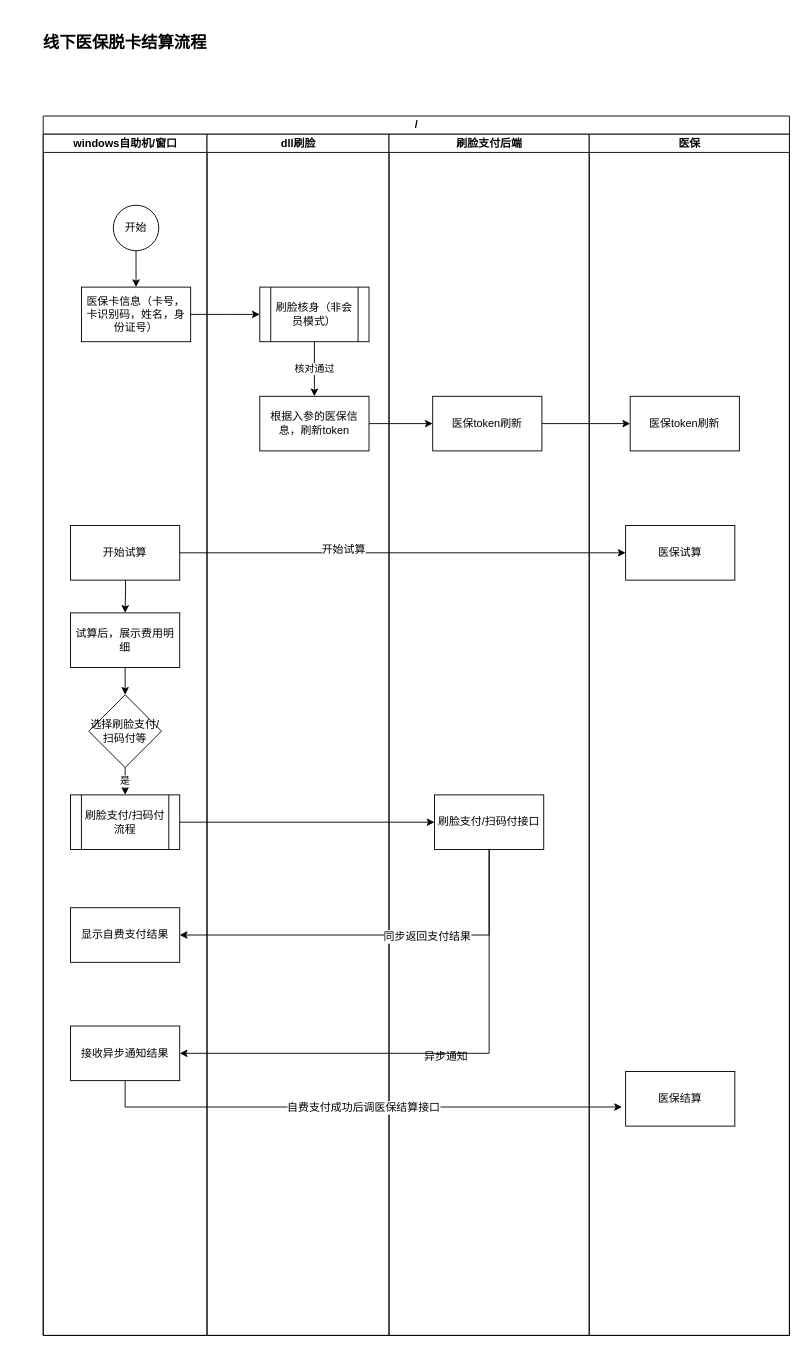
Above: 线下医保脱卡结算流程.drawio in zhangwenhuad/visio (draw.io), before the change. Source tidied: cells renumbered, new cells numbered last; positions are measured from the earlier drawing's top-left corner, leaving out a move shared by most shapes. Both pictures are drawn from the tidied source at 91%, with x=0, y=0 at pixel (15, 15).
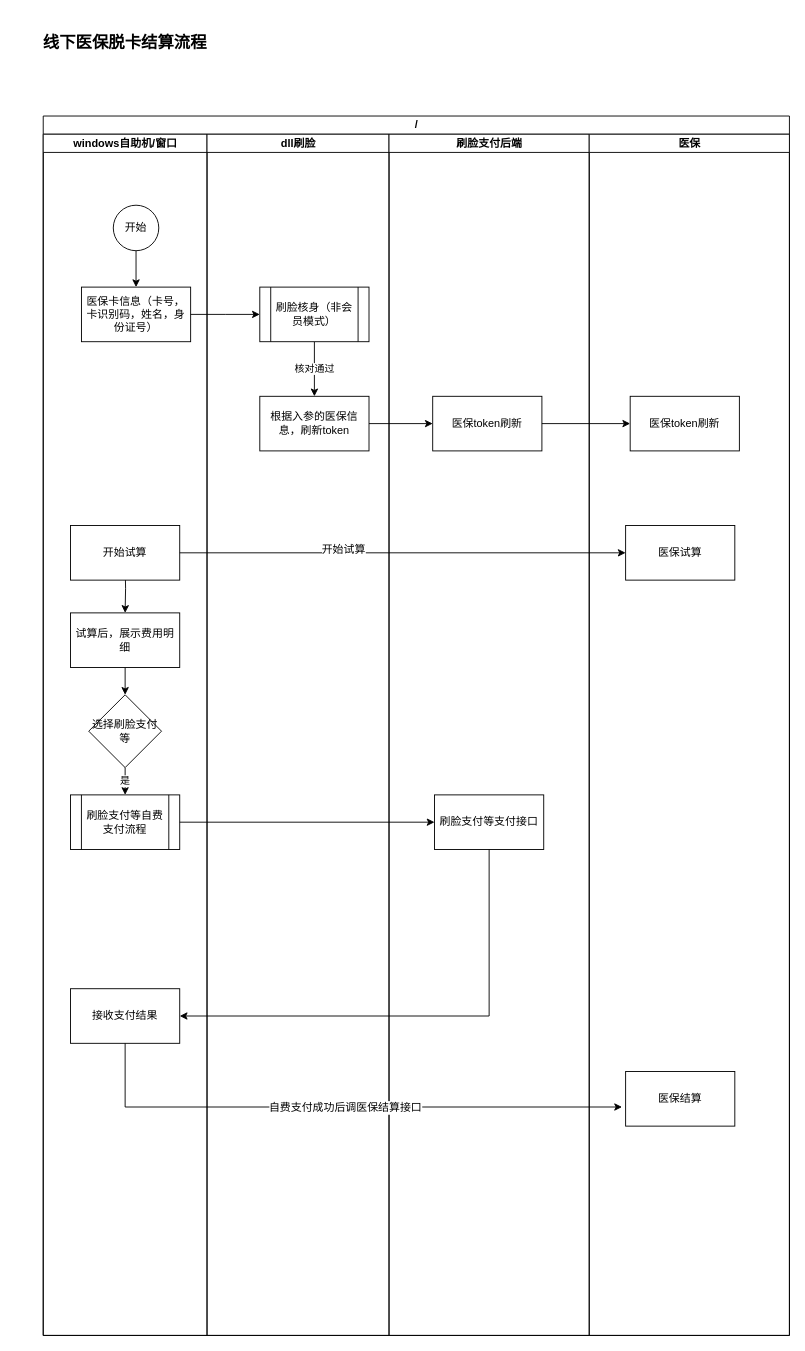
The same diagram, later.

Commit message:
更新线下医保脱卡结算流程.drawio

Unchanged cells that the change refers to:
```xml
<mxCell id="3" value="/" style="swimlane;html=1;startSize=20;" parent="1" vertex="1">
  <mxGeometry x="30" y="110" width="820" height="1340" as="geometry" />
</mxCell>
<mxCell id="4" value="windows自助机/窗口" style="swimlane;html=1;startSize=20;" parent="3" vertex="1">
  <mxGeometry y="20" width="180" height="1320" as="geometry" />
</mxCell>
<mxCell id="16" value="刷脸支付后端" style="swimlane;html=1;startSize=20;" parent="3" vertex="1">
  <mxGeometry x="380" y="20" width="220" height="1320" as="geometry" />
</mxCell>
<mxCell id="25" value="医保结算" style="rounded=0;whiteSpace=wrap;html=1;" parent="24" vertex="1">
  <mxGeometry x="40" y="1030" width="120" height="60" as="geometry" />
</mxCell>
```

Change to the diagram source:
```diff
@@
-    <mxCell id="10" value="选择刷脸支付/扫码付等" style="rhombus;whiteSpace=wrap;html=1;" parent="4" vertex="1">
+    <mxCell id="10" value="选择刷脸支付等" style="rhombus;whiteSpace=wrap;html=1;" parent="4" vertex="1">
       <mxGeometry x="50" y="616" width="80" height="80" as="geometry" />
     </mxCell>
-    <mxCell id="11" value="刷脸支付/扫码付流程" style="shape=process;whiteSpace=wrap;html=1;backgroundOutline=1;" parent="4" vertex="1">
+    <mxCell id="11" value="刷脸支付等自费支付流程" style="shape=process;whiteSpace=wrap;html=1;backgroundOutline=1;" parent="4" vertex="1">
       <mxGeometry x="30" y="726" width="120" height="60" as="geometry" />
     </mxCell>
-    <mxCell id="12" value="显示自费支付结果" style="rounded=0;whiteSpace=wrap;html=1;" parent="4" vertex="1">
-      <mxGeometry x="30" y="850" width="120" height="60" as="geometry" />
-    </mxCell>
@@
-    <mxCell id="14" value="接收异步通知结果" style="rounded=0;whiteSpace=wrap;html=1;" parent="4" vertex="1">
-      <mxGeometry x="30" y="980" width="120" height="60" as="geometry" />
+    <mxCell id="14" value="接收支付结果" style="rounded=0;whiteSpace=wrap;html=1;" parent="4" vertex="1">
+      <mxGeometry x="30" y="939" width="120" height="60" as="geometry" />
     </mxCell>
@@
-    <mxCell id="17" value="刷脸支付/扫码付接口" style="rounded=0;whiteSpace=wrap;html=1;" parent="16" vertex="1">
+    <mxCell id="17" value="刷脸支付等支付接口" style="rounded=0;whiteSpace=wrap;html=1;" parent="16" vertex="1">
       <mxGeometry x="50" y="726" width="120" height="60" as="geometry" />
     </mxCell>
@@
-    <mxCell id="19" style="edgeStyle=orthogonalEdgeStyle;rounded=0;jettySize=auto;html=1;exitX=0.5;exitY=1;exitDx=0;exitDy=0;entryX=1;entryY=0.5;entryDx=0;entryDy=0;" parent="3" edge="1" source="17" target="12">
-      <mxGeometry relative="1" as="geometry" />
-    </mxCell>
-    <mxCell id="20" value="同步返回支付结果" style="text;html=1;align=center;verticalAlign=middle;labelBackgroundColor=#ffffff;" parent="19" vertex="1">
-      <mxGeometry x="-0.25" y="1" relative="1" as="geometry" />
-    </mxCell>
-    <mxCell id="21" style="edgeStyle=orthogonalEdgeStyle;rounded=0;jettySize=auto;html=1;entryX=-0.033;entryY=0.65;entryDx=0;entryDy=0;entryPerimeter=0;" parent="3" edge="1" target="25">
+    <mxCell id="21" style="edgeStyle=orthogonalEdgeStyle;rounded=0;jettySize=auto;html=1;entryX=-0.033;entryY=0.65;entryDx=0;entryDy=0;entryPerimeter=0;exitX=0.5;exitY=1;exitDx=0;exitDy=0;" parent="3" edge="1" source="14" target="25">
       <mxGeometry relative="1" as="geometry">
-        <mxPoint x="90" y="1060" as="sourcePoint" />
         <Array as="points">
           <mxPoint x="90" y="1089" />
         </Array>
       </mxGeometry>
     </mxCell>
@@
-    <mxCell id="30" value="异步通知" style="text;html=1;align=left;verticalAlign=top;spacingTop=-4;" parent="1" vertex="1">
-      <mxGeometry x="447" y="1134" width="60" height="20" as="geometry" />
-    </mxCell>
```
